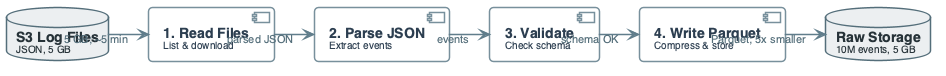
The PlantUML diagram diagrams/week01/week1_lecture_slide20_ingestion.png in OrPerets/data-engineering-course, before a commit.
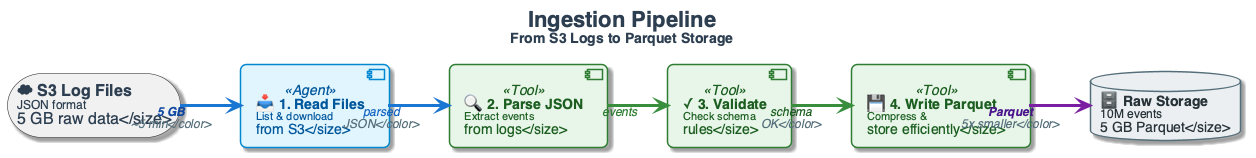
The same diagram one commit later.

Change to the diagram source:
```diff
@@ -2,11 +2,11 @@
 
 left to right direction
 skinparam linetype ortho
-skinparam shadowing false
-skinparam roundcorner 8
+skinparam shadowing true
+skinparam roundcorner 12
 skinparam handwritten false
-skinparam nodesep 30
-skinparam ranksep 40
+skinparam nodesep 40
+skinparam ranksep 60
 
 skinparam defaultFontName "Segoe UI, Helvetica, sans-serif"
 skinparam defaultFontSize 16
@@ -40,9 +40,10 @@
 
 skinparam arrow {
     Color #607D8B
-    Thickness 1.5
-    FontSize 11
+    Thickness 2.5
+    FontSize 12
     FontColor #546E7A
+    FontStyle italic
 }
 
 skinparam component<<UI>> {
@@ -118,22 +119,24 @@
 }
 
 
-database "**S3 Log Files**\n<size:10>JSON, 5 GB</size>" as S3
+title <size:22><b>Ingestion Pipeline</b></size>\n<size:14>From S3 Logs to Parquet Storage</size>
 
-component "**1. Read Files**\n<size:10>List & download</size>" as READ
+storage "☁️ **S3 Log Files**\n<size:12>JSON format\n5 GB raw data</size>" as S3
 
-component "**2. Parse JSON**\n<size:10>Extract events</size>" as PARSE
+component "📥 **1. Read Files**\n<size:11>List & download\nfrom S3</size>" as READ <<Agent>>
 
-component "**3. Validate**\n<size:10>Check schema</size>" as VALIDATE
+component "🔍 **2. Parse JSON**\n<size:11>Extract events\nfrom logs</size>" as PARSE <<Tool>>
 
-component "**4. Write Parquet**\n<size:10>Compress & store</size>" as WRITE
+component "✓ **3. Validate**\n<size:11>Check schema\nrules</size>" as VALIDATE <<Tool>>
 
-database "**Raw Storage**\n<size:10>10M events, 5 GB</size>" as RAW
+component "💾 **4. Write Parquet**\n<size:11>Compress &\nstore efficiently</size>" as WRITE <<Tool>>
 
-S3 --> READ : "5 GB; ~5 min"
-READ --> PARSE : "parsed JSON"
-PARSE --> VALIDATE : "events"
-VALIDATE --> WRITE : "schema OK"
-WRITE --> RAW : "Parquet; 5x smaller"
+database "🗄️ **Raw Storage**\n<size:12>10M events\n5 GB Parquet</size>" as RAW
+
+S3 -[#1976D2,thickness=3]-> READ : <color:#0D47A1><b>5 GB</b>\n~5 min</color>
+READ -[#1976D2,thickness=3]-> PARSE : <color:#1565C0>parsed\nJSON</color>
+PARSE -[#388E3C,thickness=3]-> VALIDATE : <color:#2E7D32>events</color>
+VALIDATE -[#388E3C,thickness=3]-> WRITE : <color:#1B5E20>schema\nOK</color>
+WRITE -[#7B1FA2,thickness=3]-> RAW : <color:#4A148C><b>Parquet</b>\n5x smaller</color>
 
 @enduml
```
